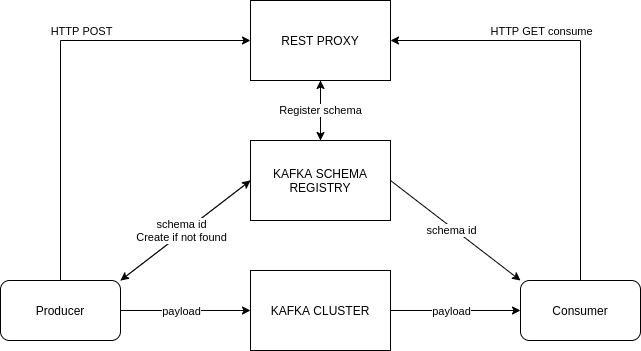
Before: schema/kafka-schema-registry.png, a diagram exported from draw.io (dungtc/kafka-playground). Source tidied: cells renumbered, new cells last; positions are measured from the earlier drawing's top-left corner, leaving out a move shared by most shapes. The source it was exported from:
```xml
<mxGraphModel>
  <root>
    <mxCell id="0" />
    <mxCell id="1" parent="0" />
    <mxCell id="2" style="edgeStyle=none;rounded=0;jettySize=auto;html=1;exitX=1;exitY=0.5;exitDx=0;exitDy=0;entryX=0;entryY=0;entryDx=0;entryDy=0;strokeColor=#000000;" parent="1" edge="1" source="6" target="19">
      <mxGeometry relative="1" as="geometry" />
    </mxCell>
    <mxCell id="3" value="schema id" style="edgeLabel;html=1;align=center;verticalAlign=middle;" parent="2" vertex="1">
      <mxGeometry x="-0.25" y="2" relative="1" as="geometry">
        <mxPoint x="9.6" y="13.8" as="offset" />
      </mxGeometry>
    </mxCell>
    <mxCell id="4" style="edgeStyle=none;rounded=0;jettySize=auto;html=1;exitX=0;exitY=0.5;exitDx=0;exitDy=0;entryX=1;entryY=0;entryDx=0;entryDy=0;strokeColor=#000000;" parent="1" edge="1" source="6" target="16">
      <mxGeometry relative="1" as="geometry" />
    </mxCell>
    <mxCell id="5" style="edgeStyle=none;rounded=0;jettySize=auto;html=1;exitX=0.5;exitY=0;exitDx=0;exitDy=0;strokeColor=#000000;" parent="1" edge="1" source="6" target="21">
      <mxGeometry relative="1" as="geometry" />
    </mxCell>
    <mxCell id="6" value="KAFKA SCHEMA REGISTRY" style="rounded=0;whiteSpace=wrap;html=1;" parent="1" vertex="1">
      <mxGeometry x="250" y="140" width="140" height="80" as="geometry" />
    </mxCell>
    <mxCell id="7" style="edgeStyle=none;rounded=0;jettySize=auto;html=1;exitX=1;exitY=0.5;exitDx=0;exitDy=0;strokeColor=#000000;" parent="1" edge="1" source="9" target="19">
      <mxGeometry relative="1" as="geometry">
        <Array as="points">
          <mxPoint x="450" y="310" />
        </Array>
      </mxGeometry>
    </mxCell>
    <mxCell id="8" value="payload" style="edgeLabel;html=1;align=center;verticalAlign=middle;" parent="7" vertex="1">
      <mxGeometry x="0.2" y="1" relative="1" as="geometry">
        <mxPoint x="-18" y="1" as="offset" />
      </mxGeometry>
    </mxCell>
    <mxCell id="9" value="KAFKA CLUSTER" style="rounded=0;whiteSpace=wrap;html=1;" parent="1" vertex="1">
      <mxGeometry x="250" y="270" width="140" height="80" as="geometry" />
    </mxCell>
    <mxCell id="10" style="edgeStyle=orthogonalEdgeStyle;rounded=0;jettySize=auto;html=1;exitX=1;exitY=0.5;exitDx=0;exitDy=0;" parent="1" edge="1" source="16" target="9">
      <mxGeometry relative="1" as="geometry" />
    </mxCell>
    <mxCell id="11" value="payload" style="edgeLabel;html=1;align=center;verticalAlign=middle;" parent="10" vertex="1">
      <mxGeometry x="0.29" y="2" relative="1" as="geometry">
        <mxPoint x="-24" y="2" as="offset" />
      </mxGeometry>
    </mxCell>
    <mxCell id="12" style="rounded=0;jettySize=auto;html=1;exitX=1;exitY=0;exitDx=0;exitDy=0;entryX=0;entryY=0.5;entryDx=0;entryDy=0;" parent="1" edge="1" source="16" target="6">
      <mxGeometry relative="1" as="geometry" />
    </mxCell>
    <mxCell id="13" value="schema id&lt;br&gt;Create if not found" style="edgeLabel;html=1;align=center;verticalAlign=middle;" parent="12" vertex="1">
      <mxGeometry x="-0.16" relative="1" as="geometry">
        <mxPoint x="5.3" y="-7.9" as="offset" />
      </mxGeometry>
    </mxCell>
    <mxCell id="14" style="edgeStyle=orthogonalEdgeStyle;rounded=0;jettySize=auto;html=1;entryX=0;entryY=0.5;entryDx=0;entryDy=0;strokeColor=#000000;" parent="1" edge="1" source="16" target="21">
      <mxGeometry relative="1" as="geometry">
        <Array as="points">
          <mxPoint x="60" y="40" />
        </Array>
      </mxGeometry>
    </mxCell>
    <mxCell id="15" value="HTTP POST" style="edgeLabel;html=1;align=center;verticalAlign=middle;" parent="14" vertex="1">
      <mxGeometry x="-0.69" y="2" relative="1" as="geometry">
        <mxPoint x="22" y="-183" as="offset" />
      </mxGeometry>
    </mxCell>
    <mxCell id="16" value="Producer" style="rounded=1;whiteSpace=wrap;html=1;" parent="1" vertex="1">
      <mxGeometry y="280" width="120" height="60" as="geometry" />
    </mxCell>
    <mxCell id="17" style="edgeStyle=orthogonalEdgeStyle;rounded=0;jettySize=auto;html=1;exitX=0.5;exitY=0;exitDx=0;exitDy=0;entryX=1;entryY=0.5;entryDx=0;entryDy=0;strokeColor=#000000;" parent="1" edge="1" source="19" target="21">
      <mxGeometry relative="1" as="geometry" />
    </mxCell>
    <mxCell id="18" value="HTTP GET consume" style="edgeLabel;html=1;align=center;verticalAlign=middle;" parent="17" vertex="1">
      <mxGeometry x="-0.78" y="1" relative="1" as="geometry">
        <mxPoint x="-39" y="-202" as="offset" />
      </mxGeometry>
    </mxCell>
    <mxCell id="19" value="Consumer" style="rounded=1;whiteSpace=wrap;html=1;" parent="1" vertex="1">
      <mxGeometry x="520" y="280" width="120" height="60" as="geometry" />
    </mxCell>
    <mxCell id="20" value="Register schema" style="edgeStyle=none;rounded=0;jettySize=auto;html=1;exitX=0.5;exitY=1;exitDx=0;exitDy=0;entryX=0.5;entryY=0;entryDx=0;entryDy=0;strokeColor=#000000;" parent="1" edge="1" source="21" target="6">
      <mxGeometry relative="1" as="geometry" />
    </mxCell>
    <mxCell id="21" value="REST PROXY" style="rounded=0;whiteSpace=wrap;html=1;" parent="1" vertex="1">
      <mxGeometry x="250" width="140" height="80" as="geometry" />
    </mxCell>
  </root>
</mxGraphModel>
```
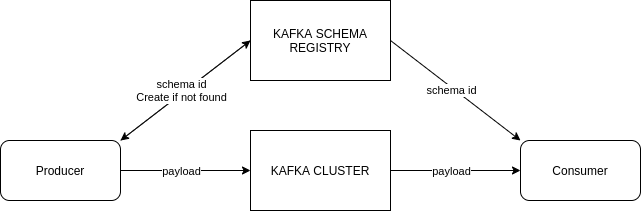
Later version of the same file.

Commit message:
update schema registry readme

Diff of the diagram source:
```diff
@@ -1,8 +1,8 @@
 <mxGraphModel>
   <root>
     <mxCell id="0" />
-    <mxCell id="1" parent="0" />
+    <mxCell id="22" value="SchemaRegistry" parent="0" />
-    <mxCell id="2" style="edgeStyle=none;rounded=0;jettySize=auto;html=1;exitX=1;exitY=0.5;exitDx=0;exitDy=0;entryX=0;entryY=0;entryDx=0;entryDy=0;strokeColor=#000000;" parent="1" edge="1" source="6" target="19">
+    <mxCell id="2" style="edgeStyle=none;rounded=0;jettySize=auto;html=1;exitX=1;exitY=0.5;exitDx=0;exitDy=0;entryX=0;entryY=0;entryDx=0;entryDy=0;strokeColor=#000000;" parent="22" edge="1" source="6" target="19">
       <mxGeometry relative="1" as="geometry" />
     </mxCell>
     <mxCell id="3" value="schema id" style="edgeLabel;html=1;align=center;verticalAlign=middle;" parent="2" vertex="1">
@@ -10,39 +10,36 @@
         <mxPoint x="9.6" y="13.8" as="offset" />
       </mxGeometry>
     </mxCell>
-    <mxCell id="4" style="edgeStyle=none;rounded=0;jettySize=auto;html=1;exitX=0;exitY=0.5;exitDx=0;exitDy=0;entryX=1;entryY=0;entryDx=0;entryDy=0;strokeColor=#000000;" parent="1" edge="1" source="6" target="16">
+    <mxCell id="4" style="edgeStyle=none;rounded=0;jettySize=auto;html=1;exitX=0;exitY=0.5;exitDx=0;exitDy=0;entryX=1;entryY=0;entryDx=0;entryDy=0;strokeColor=#000000;" parent="22" edge="1" source="6" target="16">
       <mxGeometry relative="1" as="geometry" />
     </mxCell>
-    <mxCell id="5" style="edgeStyle=none;rounded=0;jettySize=auto;html=1;exitX=0.5;exitY=0;exitDx=0;exitDy=0;strokeColor=#000000;" parent="1" edge="1" source="6" target="21">
-      <mxGeometry relative="1" as="geometry" />
-    </mxCell>
-    <mxCell id="6" value="KAFKA SCHEMA REGISTRY" style="rounded=0;whiteSpace=wrap;html=1;" parent="1" vertex="1">
+    <mxCell id="6" value="KAFKA SCHEMA REGISTRY" style="rounded=0;whiteSpace=wrap;html=1;" parent="22" vertex="1">
       <mxGeometry x="250" y="140" width="140" height="80" as="geometry" />
     </mxCell>
-    <mxCell id="7" style="edgeStyle=none;rounded=0;jettySize=auto;html=1;exitX=1;exitY=0.5;exitDx=0;exitDy=0;strokeColor=#000000;" parent="1" edge="1" source="9" target="19">
+    <mxCell id="7" style="edgeStyle=none;rounded=0;jettySize=auto;html=1;exitX=1;exitY=0.5;exitDx=0;exitDy=0;strokeColor=#000000;" parent="22" edge="1" source="9" target="19">
       <mxGeometry relative="1" as="geometry">
         <Array as="points">
           <mxPoint x="450" y="310" />
         </Array>
       </mxGeometry>
     </mxCell>
-    <mxCell id="8" value="payload" style="edgeLabel;html=1;align=center;verticalAlign=middle;" parent="7" vertex="1">
-      <mxGeometry x="0.2" y="1" relative="1" as="geometry">
-        <mxPoint x="-18" y="1" as="offset" />
-      </mxGeometry>
-    </mxCell>
+    <mxCell id="23" value="payload" style="edgeLabel;html=1;align=center;verticalAlign=middle;" parent="7" vertex="1">
+      <mxGeometry x="0.2" y="1" relative="1" as="geometry">
+        <mxPoint x="-18" y="1" as="offset" />
+      </mxGeometry>
+    </mxCell>
-    <mxCell id="9" value="KAFKA CLUSTER" style="rounded=0;whiteSpace=wrap;html=1;" parent="1" vertex="1">
+    <mxCell id="9" value="KAFKA CLUSTER" style="rounded=0;whiteSpace=wrap;html=1;" parent="22" vertex="1">
       <mxGeometry x="250" y="270" width="140" height="80" as="geometry" />
     </mxCell>
-    <mxCell id="10" style="edgeStyle=orthogonalEdgeStyle;rounded=0;jettySize=auto;html=1;exitX=1;exitY=0.5;exitDx=0;exitDy=0;" parent="1" edge="1" source="16" target="9">
+    <mxCell id="10" style="edgeStyle=orthogonalEdgeStyle;rounded=0;jettySize=auto;html=1;exitX=1;exitY=0.5;exitDx=0;exitDy=0;" parent="22" edge="1" source="16" target="9">
       <mxGeometry relative="1" as="geometry" />
     </mxCell>
-    <mxCell id="11" value="payload" style="edgeLabel;html=1;align=center;verticalAlign=middle;" parent="10" vertex="1">
-      <mxGeometry x="0.29" y="2" relative="1" as="geometry">
-        <mxPoint x="-24" y="2" as="offset" />
-      </mxGeometry>
-    </mxCell>
+    <mxCell id="24" value="payload" style="edgeLabel;html=1;align=center;verticalAlign=middle;" parent="10" vertex="1">
+      <mxGeometry x="0.29" y="2" relative="1" as="geometry">
+        <mxPoint x="-24" y="2" as="offset" />
+      </mxGeometry>
+    </mxCell>
-    <mxCell id="12" style="rounded=0;jettySize=auto;html=1;exitX=1;exitY=0;exitDx=0;exitDy=0;entryX=0;entryY=0.5;entryDx=0;entryDy=0;" parent="1" edge="1" source="16" target="6">
+    <mxCell id="12" style="rounded=0;jettySize=auto;html=1;exitX=1;exitY=0;exitDx=0;exitDy=0;entryX=0;entryY=0.5;entryDx=0;entryDy=0;" parent="22" edge="1" source="16" target="6">
       <mxGeometry relative="1" as="geometry" />
     </mxCell>
     <mxCell id="13" value="schema id&lt;br&gt;Create if not found" style="edgeLabel;html=1;align=center;verticalAlign=middle;" parent="12" vertex="1">
@@ -50,37 +47,11 @@
         <mxPoint x="5.3" y="-7.9" as="offset" />
       </mxGeometry>
     </mxCell>
-    <mxCell id="14" style="edgeStyle=orthogonalEdgeStyle;rounded=0;jettySize=auto;html=1;entryX=0;entryY=0.5;entryDx=0;entryDy=0;strokeColor=#000000;" parent="1" edge="1" source="16" target="21">
-      <mxGeometry relative="1" as="geometry">
-        <Array as="points">
-          <mxPoint x="60" y="40" />
-        </Array>
-      </mxGeometry>
-    </mxCell>
-    <mxCell id="15" value="HTTP POST" style="edgeLabel;html=1;align=center;verticalAlign=middle;" parent="14" vertex="1">
-      <mxGeometry x="-0.69" y="2" relative="1" as="geometry">
-        <mxPoint x="22" y="-183" as="offset" />
-      </mxGeometry>
-    </mxCell>
-    <mxCell id="16" value="Producer" style="rounded=1;whiteSpace=wrap;html=1;" parent="1" vertex="1">
+    <mxCell id="16" value="Producer" style="rounded=1;whiteSpace=wrap;html=1;" parent="22" vertex="1">
       <mxGeometry y="280" width="120" height="60" as="geometry" />
     </mxCell>
-    <mxCell id="17" style="edgeStyle=orthogonalEdgeStyle;rounded=0;jettySize=auto;html=1;exitX=0.5;exitY=0;exitDx=0;exitDy=0;entryX=1;entryY=0.5;entryDx=0;entryDy=0;strokeColor=#000000;" parent="1" edge="1" source="19" target="21">
-      <mxGeometry relative="1" as="geometry" />
-    </mxCell>
-    <mxCell id="18" value="HTTP GET consume" style="edgeLabel;html=1;align=center;verticalAlign=middle;" parent="17" vertex="1">
-      <mxGeometry x="-0.78" y="1" relative="1" as="geometry">
-        <mxPoint x="-39" y="-202" as="offset" />
-      </mxGeometry>
-    </mxCell>
-    <mxCell id="19" value="Consumer" style="rounded=1;whiteSpace=wrap;html=1;" parent="1" vertex="1">
+    <mxCell id="19" value="Consumer" style="rounded=1;whiteSpace=wrap;html=1;" parent="22" vertex="1">
       <mxGeometry x="520" y="280" width="120" height="60" as="geometry" />
     </mxCell>
-    <mxCell id="20" value="Register schema" style="edgeStyle=none;rounded=0;jettySize=auto;html=1;exitX=0.5;exitY=1;exitDx=0;exitDy=0;entryX=0.5;entryY=0;entryDx=0;entryDy=0;strokeColor=#000000;" parent="1" edge="1" source="21" target="6">
-      <mxGeometry relative="1" as="geometry" />
-    </mxCell>
-    <mxCell id="21" value="REST PROXY" style="rounded=0;whiteSpace=wrap;html=1;" parent="1" vertex="1">
-      <mxGeometry x="250" width="140" height="80" as="geometry" />
-    </mxCell>
   </root>
 </mxGraphModel>
```
